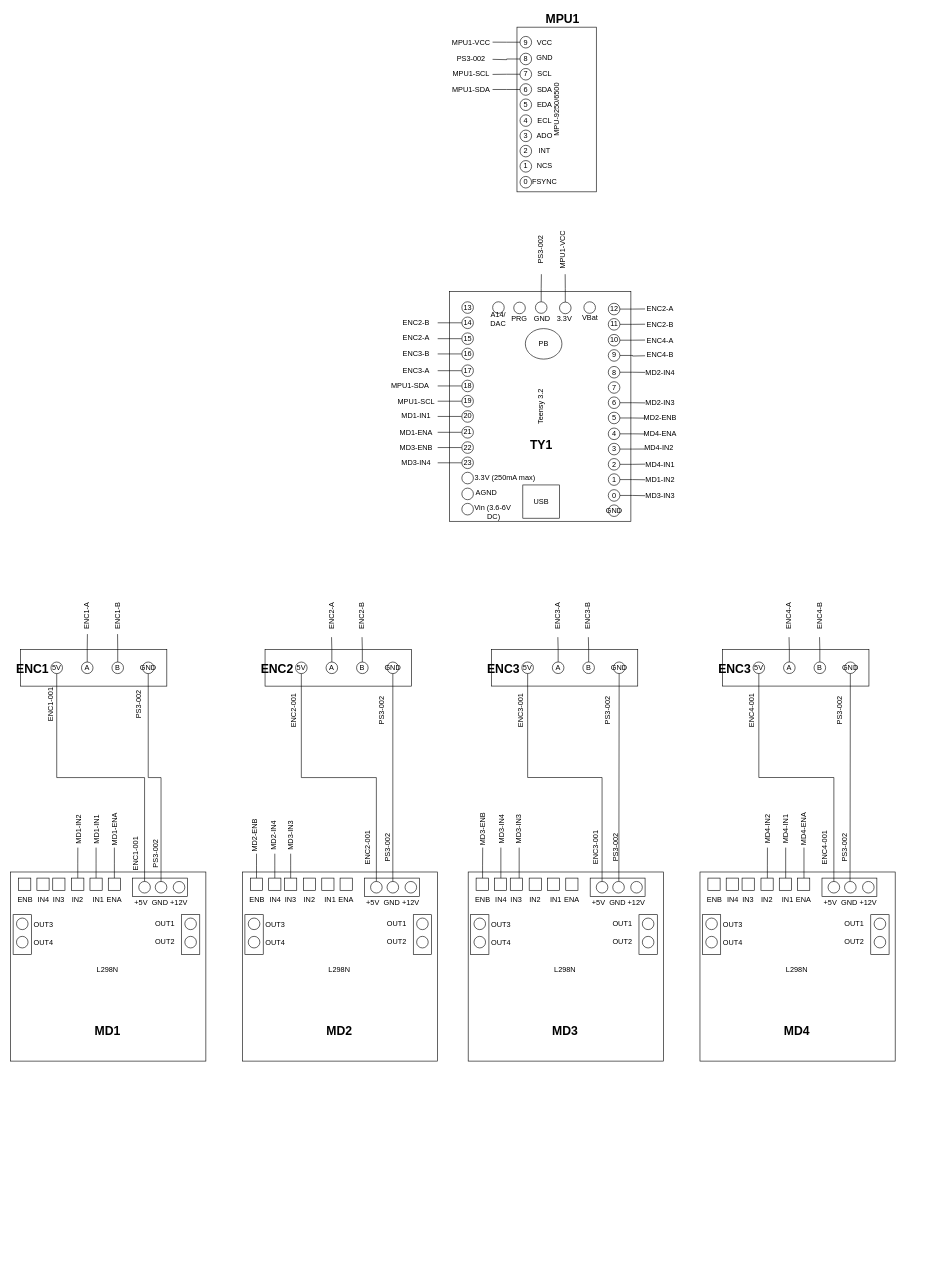
Above: page "Micro-controller" (2 of 3) of hello_robot_description/hello_robot_design_diagrams.drawio in mukmalone/hello_robot (draw.io), before the change. Source tidied: cells renumbered, new cells numbered last; positions are measured from the earlier drawing's top-left corner, leaving out a move shared by most shapes. Both pictures are drawn from the tidied source at 61%, with x=0, y=0 at pixel (10, 12).
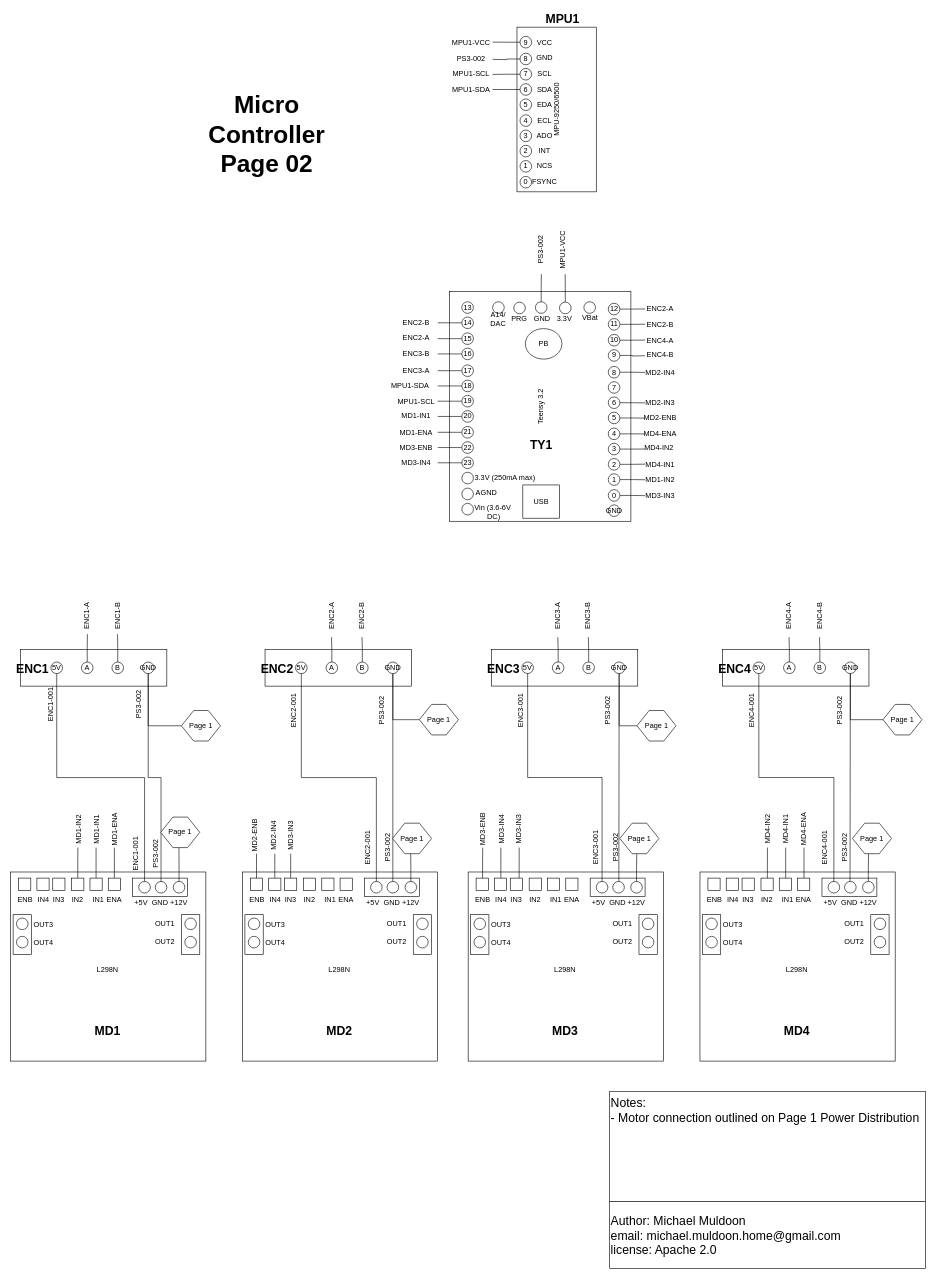
The same page after the edit.

Commit message (it also covers changes not shown here):
Updated page numbers

The change refers to these unchanged cells:
```xml
<mxCell id="100" style="ellipse;whiteSpace=wrap;html=1;" parent="94" vertex="1">
  <mxGeometry x="266.5" y="55.5" width="19" height="19" as="geometry" />
</mxCell>
<mxCell id="134" style="ellipse;whiteSpace=wrap;html=1;" parent="128" vertex="1">
  <mxGeometry x="266.5" y="55.5" width="19" height="19" as="geometry" />
</mxCell>
<mxCell id="167" style="ellipse;whiteSpace=wrap;html=1;" parent="161" vertex="1">
  <mxGeometry x="266.5" y="55.5" width="19" height="19" as="geometry" />
</mxCell>
<mxCell id="200" style="ellipse;whiteSpace=wrap;html=1;" parent="194" vertex="1">
  <mxGeometry x="266.5" y="55.5" width="19" height="19" as="geometry" />
</mxCell>
<mxCell id="232" value="GND" style="ellipse;whiteSpace=wrap;html=1;" parent="227" vertex="1">
  <mxGeometry x="200" y="20.5" width="19" height="19" as="geometry" />
</mxCell>
<mxCell id="239" value="GND" style="ellipse;whiteSpace=wrap;html=1;" parent="234" vertex="1">
  <mxGeometry x="200" y="20.5" width="19" height="19" as="geometry" />
</mxCell>
<mxCell id="285" value="GND" style="ellipse;whiteSpace=wrap;html=1;" parent="280" vertex="1">
  <mxGeometry x="200" y="20.5" width="19" height="19" as="geometry" />
</mxCell>
<mxCell id="295" style="group;" parent="1" vertex="1">
  <mxGeometry x="1167" y="1045.2" width="240" height="60" as="geometry" />
</mxCell>
<mxCell id="300" value="GND" style="ellipse;whiteSpace=wrap;html=1;" parent="295" vertex="1">
  <mxGeometry x="200" y="20.5" width="19" height="19" as="geometry" />
</mxCell>
```

The edit, as a diff of the source:
```diff
@@
-    <mxCell id="301" value="ENC3" style="text;html=1;strokeColor=none;fillColor=none;align=center;verticalAlign=middle;whiteSpace=wrap;rounded=0;fontSize=20;fontStyle=1;" parent="295" vertex="1">
+    <mxCell id="301" value="ENC4" style="text;html=1;strokeColor=none;fillColor=none;align=center;verticalAlign=middle;whiteSpace=wrap;rounded=0;fontSize=20;fontStyle=1;" parent="295" vertex="1">
       <mxGeometry y="20.5" width="40" height="20" as="geometry" />
     </mxCell>
@@
+    <mxCell id="350" value="Micro Controller Page 02" style="text;html=1;strokeColor=none;fillColor=none;align=center;verticalAlign=middle;whiteSpace=wrap;rounded=0;fontSize=40;fontStyle=1;" parent="1" vertex="1">
+      <mxGeometry x="320" y="190" width="200" height="20" as="geometry" />
+    </mxCell>
+    <mxCell id="351" style="edgeStyle=orthogonalEdgeStyle;rounded=0;jettySize=auto;html=1;exitX=0.5;exitY=0;exitDx=0;exitDy=0;fontSize=40;endArrow=none;endFill=0;" parent="1" edge="1" source="100">
+      <mxGeometry relative="1" as="geometry">
+        <mxPoint x="275.8" y="1370" as="targetPoint" />
+      </mxGeometry>
+    </mxCell>
+    <mxCell id="352" style="edgeStyle=orthogonalEdgeStyle;rounded=0;jettySize=auto;html=1;exitX=0.5;exitY=0;exitDx=0;exitDy=0;endArrow=none;endFill=0;fontSize=12;" parent="1" edge="1" source="134">
+      <mxGeometry relative="1" as="geometry">
+        <mxPoint x="655.8" y="1380" as="targetPoint" />
+      </mxGeometry>
+    </mxCell>
+    <mxCell id="353" style="edgeStyle=orthogonalEdgeStyle;rounded=0;jettySize=auto;html=1;exitX=0.5;exitY=0;exitDx=0;exitDy=0;endArrow=none;endFill=0;fontSize=12;" parent="1" edge="1" source="167">
+      <mxGeometry relative="1" as="geometry">
+        <mxPoint x="1026.4" y="1380" as="targetPoint" />
+      </mxGeometry>
+    </mxCell>
+    <mxCell id="354" style="edgeStyle=orthogonalEdgeStyle;rounded=0;jettySize=auto;html=1;exitX=0.5;exitY=0;exitDx=0;exitDy=0;endArrow=none;endFill=0;fontSize=12;" parent="1" edge="1" source="200">
+      <mxGeometry relative="1" as="geometry">
+        <mxPoint x="1406.4" y="1380" as="targetPoint" />
+      </mxGeometry>
+    </mxCell>
+    <mxCell id="355" value="Page 1" style="shape=hexagon;perimeter=hexagonPerimeter2;whiteSpace=wrap;html=1;fixedSize=1;fontSize=12;" parent="1" vertex="1">
+      <mxGeometry x="246" y="1320" width="64" height="50" as="geometry" />
+    </mxCell>
+    <mxCell id="356" value="Page 1" style="shape=hexagon;perimeter=hexagonPerimeter2;whiteSpace=wrap;html=1;fixedSize=1;fontSize=12;" parent="1" vertex="1">
+      <mxGeometry x="998.7" y="1330" width="64" height="50" as="geometry" />
+    </mxCell>
+    <mxCell id="357" value="Page 1" style="shape=hexagon;perimeter=hexagonPerimeter2;whiteSpace=wrap;html=1;fixedSize=1;fontSize=12;" parent="1" vertex="1">
+      <mxGeometry x="1380" y="1330" width="64" height="50" as="geometry" />
+    </mxCell>
+    <mxCell id="358" value="Page 1" style="shape=hexagon;perimeter=hexagonPerimeter2;whiteSpace=wrap;html=1;fixedSize=1;fontSize=12;" parent="1" vertex="1">
+      <mxGeometry x="280" y="1145.3" width="64" height="50" as="geometry" />
+    </mxCell>
+    <mxCell id="359" style="edgeStyle=orthogonalEdgeStyle;rounded=0;jettySize=auto;html=1;exitX=0.5;exitY=1;exitDx=0;exitDy=0;entryX=0;entryY=0.5;entryDx=0;entryDy=0;endArrow=none;endFill=0;fontSize=12;" parent="1" edge="1" source="232" target="358">
+      <mxGeometry relative="1" as="geometry" />
+    </mxCell>
+    <mxCell id="360" value="Page 1" style="shape=hexagon;perimeter=hexagonPerimeter2;whiteSpace=wrap;html=1;fixedSize=1;fontSize=12;" parent="1" vertex="1">
+      <mxGeometry x="1026.7" y="1145.3" width="64" height="50" as="geometry" />
+    </mxCell>
+    <mxCell id="361" style="edgeStyle=orthogonalEdgeStyle;rounded=0;jettySize=auto;html=1;exitX=0.5;exitY=1;exitDx=0;exitDy=0;entryX=0;entryY=0.5;entryDx=0;entryDy=0;endArrow=none;endFill=0;fontSize=12;" parent="1" edge="1" source="285" target="360">
+      <mxGeometry relative="1" as="geometry" />
+    </mxCell>
+    <mxCell id="362" value="Page 1" style="shape=hexagon;perimeter=hexagonPerimeter2;whiteSpace=wrap;html=1;fixedSize=1;fontSize=12;" parent="1" vertex="1">
+      <mxGeometry x="670" y="1135.3" width="64" height="50" as="geometry" />
+    </mxCell>
+    <mxCell id="363" value="Page 1" style="shape=hexagon;perimeter=hexagonPerimeter2;whiteSpace=wrap;html=1;fixedSize=1;fontSize=12;" parent="1" vertex="1">
+      <mxGeometry x="626" y="1330" width="64" height="50" as="geometry" />
+    </mxCell>
+    <mxCell id="364" value="Page 1" style="shape=hexagon;perimeter=hexagonPerimeter2;whiteSpace=wrap;html=1;fixedSize=1;fontSize=12;" parent="1" vertex="1">
+      <mxGeometry x="1430" y="1135.3" width="64" height="50" as="geometry" />
+    </mxCell>
+    <mxCell id="365" style="edgeStyle=orthogonalEdgeStyle;rounded=0;jettySize=auto;html=1;exitX=0.5;exitY=1;exitDx=0;exitDy=0;entryX=0;entryY=0.5;entryDx=0;entryDy=0;endArrow=none;endFill=0;fontSize=12;" parent="1" edge="1" source="300" target="364">
+      <mxGeometry relative="1" as="geometry" />
+    </mxCell>
+    <mxCell id="366" style="edgeStyle=orthogonalEdgeStyle;rounded=0;jettySize=auto;html=1;exitX=0.5;exitY=1;exitDx=0;exitDy=0;entryX=0;entryY=0.5;entryDx=0;entryDy=0;endArrow=none;endFill=0;fontSize=12;" parent="1" edge="1" source="239" target="362">
+      <mxGeometry relative="1" as="geometry" />
+    </mxCell>
+    <mxCell id="367" value="&lt;span&gt;Notes:&amp;nbsp;&lt;/span&gt;&lt;br&gt;&lt;span&gt;- Motor connection outlined on Page 1 Power Distribution&lt;/span&gt;" style="rounded=0;whiteSpace=wrap;html=1;fontSize=20;align=left;verticalAlign=top;" parent="1" vertex="1">
+      <mxGeometry x="982" y="1770" width="518" height="180" as="geometry" />
+    </mxCell>
+    <mxCell id="368" value="&lt;span&gt;Author: Michael Muldoon&lt;/span&gt;&lt;div&gt;email: michael.muldoon.home@gmail.com&lt;/div&gt;&lt;span&gt;license: Apache 2.0&lt;/span&gt;&amp;nbsp;" style="rounded=0;whiteSpace=wrap;html=1;fontSize=20;align=left;" parent="1" vertex="1">
+      <mxGeometry x="982" y="1950" width="518" height="110" as="geometry" />
+    </mxCell>
```
